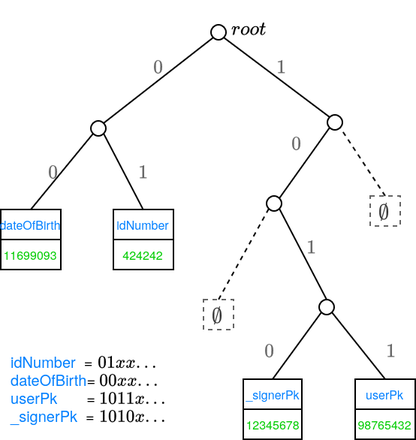
0xPARC/pod2-docs keeps this draw.io diagram as book/src/img/merkletree-example-2-b.png. Above is the earlier version. Source tidied: cells renumbered, new cells last; positions are measured from the earlier drawing's top-left corner, leaving out a move shared by most shapes.
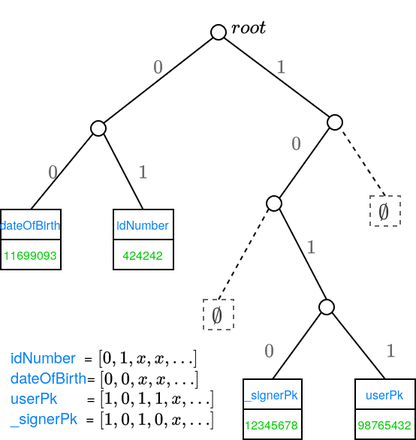
Later version of the same file.

Commit message:
update merkletree diagrams with corrected LE

Diff of the diagram source:
```diff
@@ -106,8 +106,8 @@
     <mxCell id="35" value="$$\emptyset$$" style="rounded=0;whiteSpace=wrap;html=1;dashed=1;fillColor=none;fontColor=#333333;strokeColor=#666666;" parent="1" vertex="1">
       <mxGeometry x="135" y="190" width="20" height="20" as="geometry" />
     </mxCell>
-    <mxCell id="36" value="&lt;span style=&quot;color: rgb(0, 127, 255);&quot;&gt;idNumber&lt;/span&gt;&lt;span style=&quot;color: rgb(0, 127, 255);&quot;&gt;&amp;nbsp; &lt;/span&gt;= \(01xx...\)&lt;br&gt;&lt;span style=&quot;color: rgb(0, 127, 255);&quot;&gt;dateOfBirth&lt;/span&gt;= \(00xx...\)&lt;br&gt;&lt;span style=&quot;color: rgb(0, 127, 255);&quot;&gt;userPk&amp;nbsp;&amp;nbsp;&amp;nbsp;&amp;nbsp;&amp;nbsp;&amp;nbsp; &lt;/span&gt;= \(1011x...\)&lt;br&gt;&lt;span style=&quot;color: rgb(0, 127, 255);&quot;&gt;_signerPk&lt;/span&gt;&amp;nbsp; = \(1010x...\)" style="text;html=1;align=left;verticalAlign=middle;whiteSpace=wrap;rounded=0;fontFamily=Helvetica;fontSize=10;fontColor=default;labelBackgroundColor=default;" parent="1" vertex="1">
-      <mxGeometry x="5" y="219" width="110" height="59.8" as="geometry" />
+    <mxCell id="36" value="&lt;span style=&quot;color: rgb(0, 127, 255);&quot;&gt;idNumber&lt;/span&gt;&lt;span style=&quot;color: rgb(0, 127, 255);&quot;&gt;&amp;nbsp; &lt;/span&gt;= \([0,1,x,x, \ldots]\)&lt;br&gt;&lt;span style=&quot;color: rgb(0, 127, 255);&quot;&gt;dateOfBirth&lt;/span&gt;= \([0,0,x,x,\ldots]\)&lt;br&gt;&lt;span style=&quot;color: rgb(0, 127, 255);&quot;&gt;userPk&amp;nbsp;&amp;nbsp;&amp;nbsp;&amp;nbsp;&amp;nbsp;&amp;nbsp; &lt;/span&gt;= \([1,0,1,1,x, \ldots]\)&lt;br&gt;&lt;span style=&quot;color: rgb(0, 127, 255);&quot;&gt;_signerPk&lt;/span&gt;&amp;nbsp; = \([1,0,1,0,x,\ldots]\)" style="text;html=1;align=left;verticalAlign=middle;whiteSpace=wrap;rounded=0;fontFamily=Helvetica;fontSize=10;fontColor=default;labelBackgroundColor=default;" parent="1" vertex="1">
+      <mxGeometry x="5" y="219" width="145" height="59.8" as="geometry" />
     </mxCell>
   </root>
 </mxGraphModel>
```
